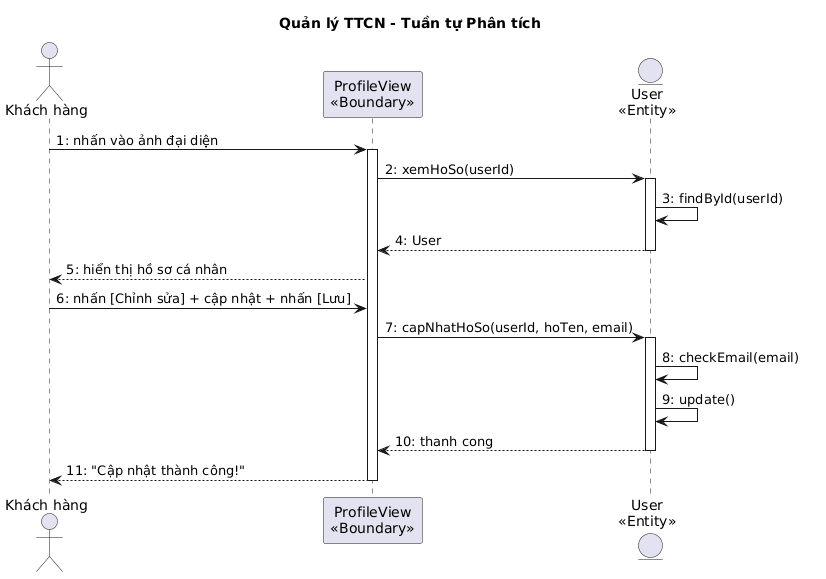
Before: output/diagrams/account_seq_profile_design.png, a diagram exported from PlantUML (thanhtrnnn/cnpm).
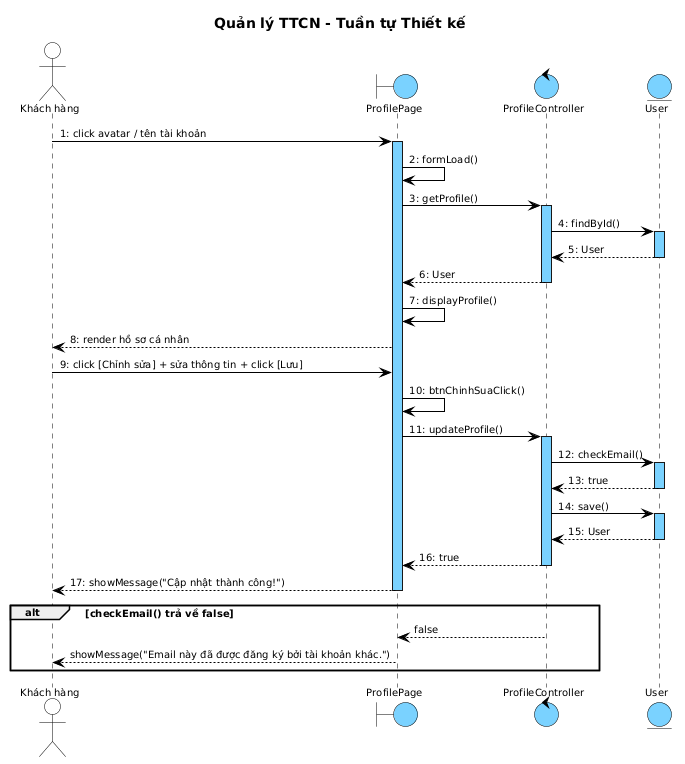
After the commit.

Diff of the diagram source:
```diff
@@ -1,25 +1,61 @@
 @startuml
-title Quản lý TTCN - Tuần tự Phân tích
+skinparam shadowing false
+skinparam SequenceMessageAlign left
+skinparam SequenceLifeLineBackgroundColor #7AD2FF
+skinparam SequenceLifeLineBorderColor #000000
+
+<style>
+sequenceDiagram {
+  Shadowing 0; RoundCorner 0; FontName "Arial"; FontSize 10; FontColor #000000
+  participant { BackgroundColor #7AD2FF; LineColor #000000; LineThickness 1 }
+  actor { BackgroundColor transparent; LineColor #000000 }
+  boundary { BackgroundColor #7AD2FF; LineColor #000000 }
+  control { BackgroundColor #7AD2FF; LineColor #000000 }
+  entity { BackgroundColor #7AD2FF; LineColor #000000 }
+  lifeline { LineColor #000000; LineStyle 5-5 }
+  arrow { LineColor #000000; LineThickness 1; FontSize 10 }
+}
+</style>
+
+title Quản lý TTCN - Tuần tự Thiết kế
 
 actor "Khách hàng" as KH
-participant "ProfileView\n<<Boundary>>" as B1
-entity "User\n<<Entity>>" as E1
+boundary ProfilePage as B1
+control ProfileController as C1
+entity User as E1
 
-KH -> B1 : 1: nhấn vào ảnh đại diện
+KH -> B1 : 1: click avatar / tên tài khoản
 activate B1
-B1 -> E1 : 2: xemHoSo(userId)
+B1 -> B1 : 2: formLoad()
+B1 -> C1 : 3: getProfile()
+activate C1
+C1 -> E1 : 4: findById()
 activate E1
-E1 -> E1 : 3: findById(userId)
-E1 --> B1 : 4: User
+E1 --> C1 : 5: User
 deactivate E1
-B1 --> KH : 5: hiển thị hồ sơ cá nhân
-KH -> B1 : 6: nhấn [Chỉnh sửa] + cập nhật + nhấn [Lưu]
-B1 -> E1 : 7: capNhatHoSo(userId, hoTen, email)
+C1 --> B1 : 6: User
+deactivate C1
+B1 -> B1 : 7: displayProfile()
+B1 --> KH : 8: render hồ sơ cá nhân
+KH -> B1 : 9: click [Chỉnh sửa] + sửa thông tin + click [Lưu]
+B1 -> B1 : 10: btnChinhSuaClick()
+B1 -> C1 : 11: updateProfile()
+activate C1
+C1 -> E1 : 12: checkEmail()
 activate E1
-E1 -> E1 : 8: checkEmail(email)
-E1 -> E1 : 9: update()
-E1 --> B1 : 10: thanh cong
+E1 --> C1 : 13: true
 deactivate E1
-B1 --> KH : 11: "Cập nhật thành công!"
+C1 -> E1 : 14: save()
+activate E1
+E1 --> C1 : 15: User
+deactivate E1
+C1 --> B1 : 16: true
+deactivate C1
+B1 --> KH : 17: showMessage("Cập nhật thành công!")
 deactivate B1
+
+alt checkEmail() trả về false
+  C1 --> B1 : false
+  B1 --> KH : showMessage("Email này đã được đăng ký bởi tài khoản khác.")
+end
 @enduml
```
